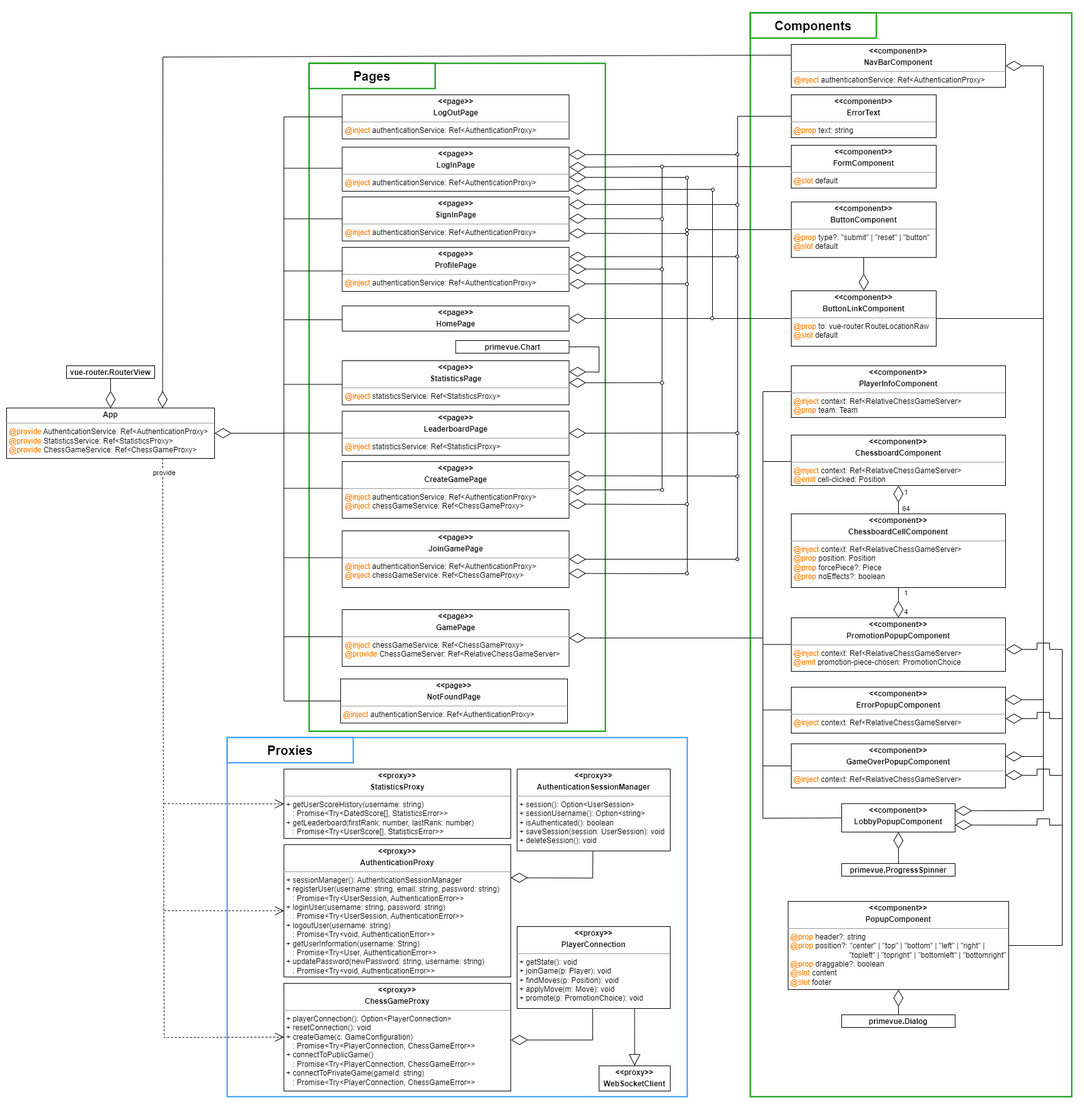
The draw.io diagram docs/resources/diagrams/implementation/frontend-view.png in ldss-project/frontend, before a commit. Source tidied: cells renumbered, new cells last; positions are measured from the earlier drawing's top-left corner, leaving out a move shared by most shapes.
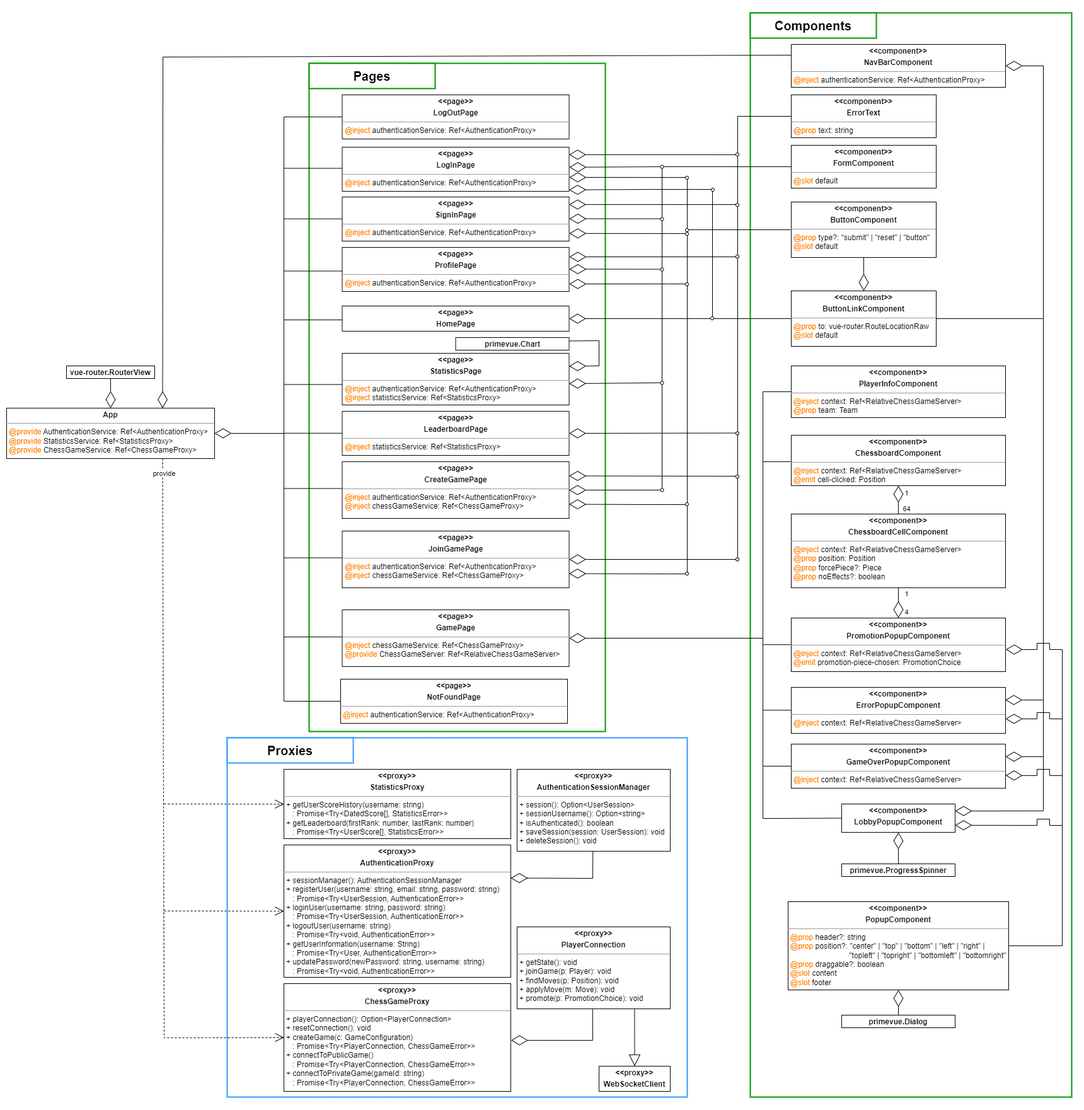
Above is the later version.

Commit message:
docs: add clarification on the dependency between the StatisticsPage and the AuthenticationProxy in the implementation chapter

The edit, as a diff of the source:
```diff
@@ -47,11 +47,11 @@
     <mxCell id="16" value="&lt;p style=&quot;margin:0px;margin-top:4px;text-align:center;&quot;&gt;&lt;b&gt;&amp;lt;&amp;lt;page&amp;gt;&amp;gt;&lt;/b&gt;&lt;/p&gt;&lt;p style=&quot;margin:0px;margin-top:4px;text-align:center;&quot;&gt;&lt;b&gt;NotFoundPage&lt;/b&gt;&lt;/p&gt;&lt;hr size=&quot;1&quot;&gt;&lt;p style=&quot;border-color: var(--border-color); margin: 0px 0px 0px 4px;&quot;&gt;&lt;font color=&quot;#ff8000&quot;&gt;@inject&lt;/font&gt; authenticationService: Ref&amp;lt;AuthenticationProxy&amp;gt;&lt;/p&gt;" style="verticalAlign=top;align=left;overflow=fill;fontSize=12;fontFamily=Helvetica;html=1;whiteSpace=wrap;" parent="1" vertex="1">
       <mxGeometry x="540" y="1077" width="360" height="70" as="geometry" />
     </mxCell>
-    <mxCell id="17" value="&lt;p style=&quot;margin:0px;margin-top:4px;text-align:center;&quot;&gt;&lt;b&gt;&amp;lt;&amp;lt;page&amp;gt;&amp;gt;&lt;/b&gt;&lt;/p&gt;&lt;p style=&quot;margin:0px;margin-top:4px;text-align:center;&quot;&gt;&lt;b&gt;StatisticsPage&lt;/b&gt;&lt;/p&gt;&lt;hr size=&quot;1&quot;&gt;&lt;p style=&quot;border-color: var(--border-color); margin: 0px 0px 0px 4px;&quot;&gt;&lt;font color=&quot;#ff8000&quot;&gt;@inject&lt;/font&gt; statisticsService: Ref&amp;lt;StatisticsProxy&amp;gt;&lt;/p&gt;" style="verticalAlign=top;align=left;overflow=fill;fontSize=12;fontFamily=Helvetica;html=1;whiteSpace=wrap;" parent="1" vertex="1">
-      <mxGeometry x="542.5" y="572" width="360" height="70" as="geometry" />
+    <mxCell id="17" value="&lt;p style=&quot;margin:0px;margin-top:4px;text-align:center;&quot;&gt;&lt;b&gt;&amp;lt;&amp;lt;page&amp;gt;&amp;gt;&lt;/b&gt;&lt;/p&gt;&lt;p style=&quot;margin:0px;margin-top:4px;text-align:center;&quot;&gt;&lt;b&gt;StatisticsPage&lt;/b&gt;&lt;/p&gt;&lt;hr size=&quot;1&quot;&gt;&lt;p style=&quot;border-color: var(--border-color); margin: 0px 0px 0px 4px;&quot;&gt;&lt;font color=&quot;#ff8000&quot;&gt;@inject&lt;/font&gt; authenticationService: Ref&amp;lt;AuthenticationProxy&amp;gt;&lt;/p&gt;&lt;p style=&quot;border-color: var(--border-color); margin: 0px 0px 0px 4px;&quot;&gt;&lt;font style=&quot;border-color: var(--border-color);&quot; color=&quot;#ff8000&quot;&gt;@inject&lt;/font&gt;&amp;nbsp;statisticsService: Ref&amp;lt;StatisticsProxy&amp;gt;&lt;br&gt;&lt;/p&gt;" style="verticalAlign=top;align=left;overflow=fill;fontSize=12;fontFamily=Helvetica;html=1;whiteSpace=wrap;" parent="1" vertex="1">
+      <mxGeometry x="542.5" y="560" width="360" height="82" as="geometry" />
     </mxCell>
     <mxCell id="18" value="&lt;p style=&quot;margin:0px;margin-top:4px;text-align:center;&quot;&gt;&lt;b&gt;primevue.Chart&lt;/b&gt;&lt;/p&gt;" style="verticalAlign=top;align=left;overflow=fill;fontSize=12;fontFamily=Helvetica;html=1;whiteSpace=wrap;" parent="1" vertex="1">
-      <mxGeometry x="722.5" y="540" width="180" height="20" as="geometry" />
+      <mxGeometry x="722.5" y="535" width="180" height="20" as="geometry" />
     </mxCell>
     <mxCell id="19" value="&lt;p style=&quot;margin:0px;margin-top:4px;text-align:center;&quot;&gt;&lt;b&gt;&amp;lt;&amp;lt;component&amp;gt;&amp;gt;&lt;/b&gt;&lt;/p&gt;&lt;p style=&quot;margin:0px;margin-top:4px;text-align:center;&quot;&gt;&lt;b&gt;ButtonComponent&lt;/b&gt;&lt;/p&gt;&lt;hr size=&quot;1&quot;&gt;&lt;p style=&quot;border-color: var(--border-color); margin: 0px 0px 0px 4px;&quot;&gt;&lt;font color=&quot;#ff8000&quot;&gt;@prop&lt;/font&gt; type?: &quot;submit&quot; | &quot;reset&quot; | &quot;button&quot;&lt;/p&gt;&lt;p style=&quot;border-color: var(--border-color); margin: 0px 0px 0px 4px;&quot;&gt;&lt;font color=&quot;#ff8000&quot;&gt;@slot&lt;/font&gt;&amp;nbsp;default&lt;/p&gt;" style="verticalAlign=top;align=left;overflow=fill;fontSize=12;fontFamily=Helvetica;html=1;whiteSpace=wrap;" parent="1" vertex="1">
       <mxGeometry x="1255" y="320" width="230" height="88" as="geometry" />
@@ -238,7 +238,7 @@
         <mxPoint x="1050" y="426.6" as="sourcePoint" />
       </mxGeometry>
     </mxCell>
-    <mxCell id="58" style="endArrow=diamondThin;endFill=0;endSize=24;html=1;rounded=0;entryX=1;entryY=0.5;entryDx=0;entryDy=0;" parent="1" edge="1" target="17">
+    <mxCell id="58" style="endArrow=diamondThin;endFill=0;endSize=24;html=1;rounded=0;entryX=1;entryY=0.587;entryDx=0;entryDy=0;entryPerimeter=0;" parent="1" edge="1" target="17">
       <mxGeometry relative="1" as="geometry">
         <mxPoint x="1050" y="606.8" as="sourcePoint" />
       </mxGeometry>
@@ -438,11 +438,11 @@
         <mxPoint x="1255" y="732" as="targetPoint" />
       </mxGeometry>
     </mxCell>
-    <mxCell id="97" style="endArrow=diamondThin;endFill=0;endSize=24;html=1;rounded=0;exitX=1;exitY=0.5;exitDx=0;exitDy=0;entryX=1;entryY=0.25;entryDx=0;entryDy=0;" parent="1" edge="1" source="18" target="17">
+    <mxCell id="97" style="endArrow=diamondThin;endFill=0;endSize=24;html=1;rounded=0;exitX=0.999;exitY=0.272;exitDx=0;exitDy=0;entryX=1;entryY=0.25;entryDx=0;entryDy=0;exitPerimeter=0;" parent="1" edge="1" source="18" target="17">
       <mxGeometry relative="1" as="geometry">
         <Array as="points">
-          <mxPoint x="950" y="550" />
-          <mxPoint x="950" y="590" />
+          <mxPoint x="950" y="540" />
+          <mxPoint x="950" y="580" />
         </Array>
       </mxGeometry>
     </mxCell>
```
